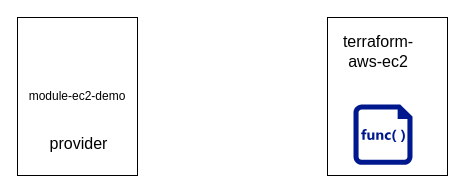
The draw.io diagram module ec2.drawio in Raidi13/diagrams, before the edit. Source tidied: cells renumbered, new cells numbered last; positions are measured from the earlier drawing's top-left corner, leaving out a move shared by most shapes. Both pictures are drawn from the tidied source at 100%, with x=0, y=0 at pixel (17, 17).
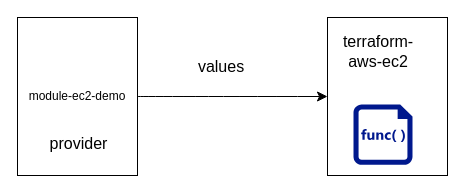
The same page after the edit.

What changed in the source:
```diff
@@
 <mxGraphModel>
   <root>
     <mxCell id="0" />
     <mxCell id="1" parent="0" />
+    <mxCell id="7" style="edgeStyle=none;curved=1;rounded=0;jettySize=auto;html=1;fontSize=12;startSize=8;endSize=8;" parent="1" edge="1" source="2" target="3">
+      <mxGeometry relative="1" as="geometry" />
+    </mxCell>
     <mxCell id="2" value="module-ec2-demo" style="rounded=0;whiteSpace=wrap;html=1;" parent="1" vertex="1">
       <mxGeometry width="120" height="158" as="geometry" />
     </mxCell>
     <mxCell id="3" style="rounded=0;whiteSpace=wrap;html=1;" parent="1" vertex="1">
       <mxGeometry x="310" width="120" height="158" as="geometry" />
     </mxCell>
     <mxCell id="4" style="sketch=0;shadow=0;dashed=0;html=1;strokeColor=none;labelPosition=center;verticalLabelPosition=bottom;verticalAlign=top;align=center;fillColor=#00188D;shape=mxgraph.mscae.enterprise.code_file;" parent="1" vertex="1">
       <mxGeometry x="336" y="87" width="59" height="60.2" as="geometry" />
     </mxCell>
     <mxCell id="5" value="terraform-aws-ec2" style="text;html=1;align=center;verticalAlign=middle;whiteSpace=wrap;rounded=0;fontSize=16;" parent="1" vertex="1">
       <mxGeometry x="331" y="19" width="60" height="30" as="geometry" />
     </mxCell>
     <mxCell id="6" value="provider" style="text;html=1;align=center;verticalAlign=middle;whiteSpace=wrap;rounded=0;fontSize=16;" parent="1" vertex="1">
       <mxGeometry x="19" y="111" width="85" height="30" as="geometry" />
     </mxCell>
+    <mxCell id="8" value="values" style="text;html=1;align=center;verticalAlign=middle;whiteSpace=wrap;rounded=0;fontSize=16;" parent="1" vertex="1">
+      <mxGeometry x="174" y="34" width="60" height="30" as="geometry" />
+    </mxCell>
   </root>
 </mxGraphModel>
```
